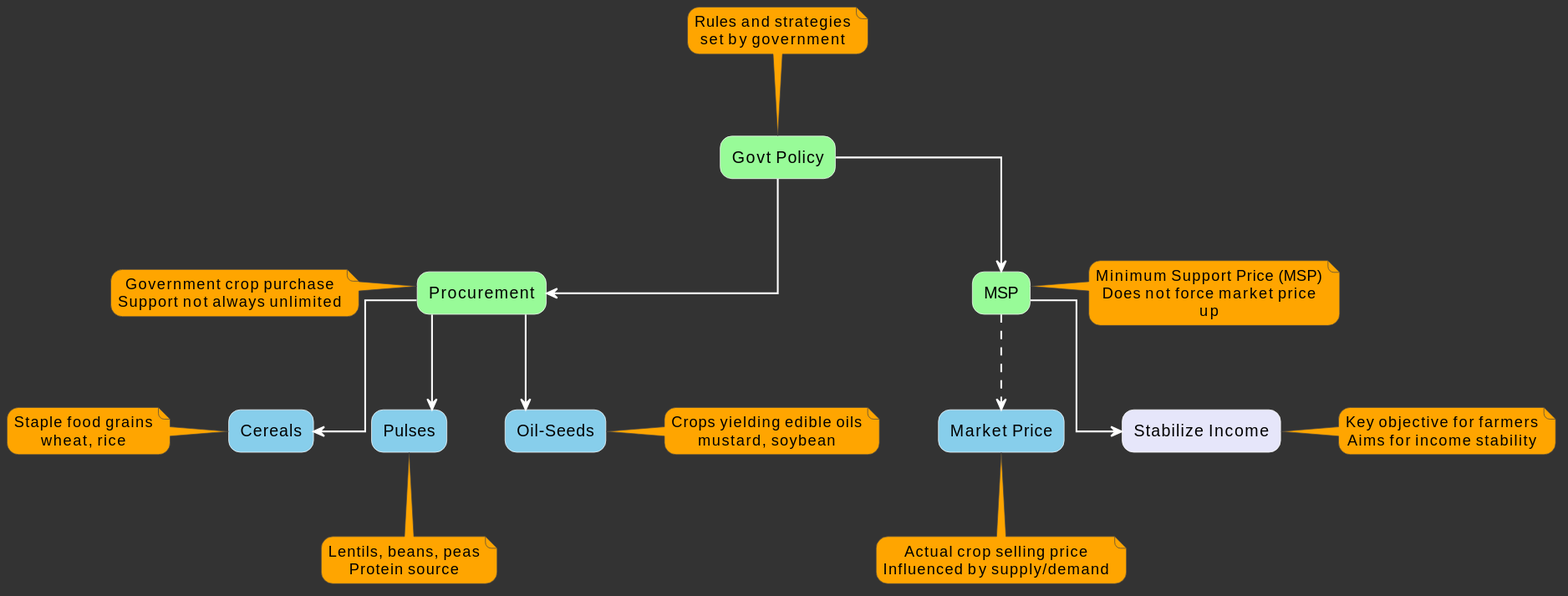
This is tele_2.svg from bolibazaar/upsc_sol_assets, a PlantUML export, as it was before one commit.
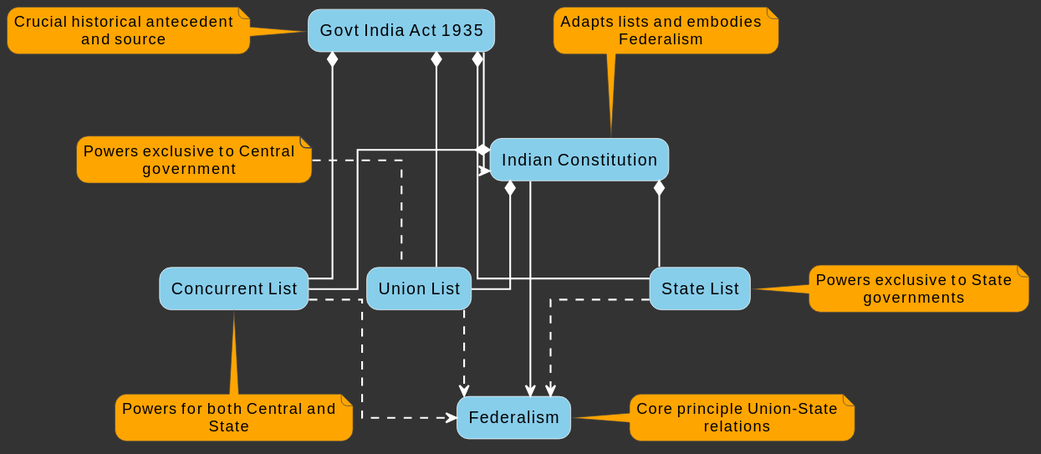
After the commit.

The edit, as a diff of the source:
```diff
@@ -20,63 +20,48 @@
 skinparam rectangleFontColor black
 skinparam rectangleBorderColor white
 
-rectangle "Govt Policy" #98FB98
-rectangle "MSP" #98FB98
-rectangle "Procurement" #98FB98
+rectangle "Federalism" #87CEEB
+rectangle "Govt India Act 1935" #87CEEB
+rectangle "Union List" #87CEEB
+rectangle "State List" #87CEEB
+rectangle "Concurrent List" #87CEEB
+rectangle "Indian Constitution" #87CEEB
 
-rectangle "Market Price" #87CEEB
+"Govt India Act 1935" --> "Indian Constitution"
+"Govt India Act 1935" *-- "Union List"
+"Govt India Act 1935" *-- "State List"
+"Govt India Act 1935" *-- "Concurrent List"
 
-rectangle "Cereals" #87CEEB
-rectangle "Pulses" #87CEEB
-rectangle "Oil-Seeds" #87CEEB
+"Indian Constitution" *-- "Union List"
+"Indian Constitution" *-- "State List"
+"Indian Constitution" *-- "Concurrent List"
+"Indian Constitution" --> "Federalism"
 
-rectangle "Stabilize Income" #E6E6FA
+"Union List" ..> "Federalism"
+"State List" ..> "Federalism"
+"Concurrent List" ..> "Federalism"
 
-"Govt Policy" --> "MSP"
-"Govt Policy" --> "Procurement"
-"MSP" ..> "Market Price"
-"MSP" --> "Stabilize Income"
-"Procurement" --> "Cereals"
-"Procurement" --> "Pulses"
-"Procurement" --> "Oil-Seeds"
-
-note top of "Govt Policy"
-  Rules and strategies
-  set by government
+note left of "Govt India Act 1935"
+  Crucial historical antecedent and source
 end note
 
-note right of "MSP"
-  Minimum Support Price (MSP)
-  Does not force market price up
+note top of "Union List"
+  Powers exclusive to Central government
 end note
 
-note left of "Procurement"
-  Government crop purchase
-  Support not always unlimited
+note right of "State List"
+  Powers exclusive to State governments
 end note
 
-note bottom of "Market Price"
-  Actual crop selling price
-  Influenced by supply/demand
+note bottom of "Concurrent List"
+  Powers for both Central and State
 end note
 
-note right of "Stabilize Income"
-  Key objective for farmers
-  Aims for income stability
+note top of "Indian Constitution"
+  Adapts lists and embodies Federalism
 end note
 
-note left of "Cereals"
-  Staple food grains
-  wheat, rice
-end note
-
-note bottom of "Pulses"
-  Lentils, beans, peas
-  Protein source
-end note
-
-note right of "Oil-Seeds"
-  Crops yielding edible oils
-  mustard, soybean
+note right of "Federalism"
+  Core principle Union-State relations
 end note
 @enduml
```
